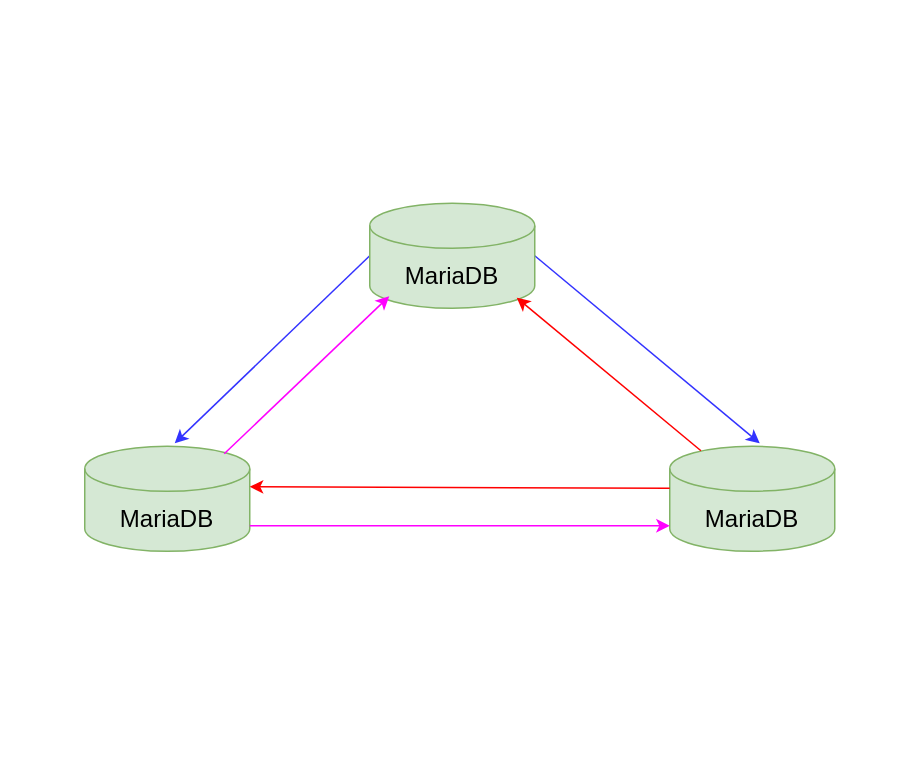
The draw.io diagram mariadb-mm.drawio in weichenjushi/images, before the edit. Source tidied: cells renumbered, new cells numbered last; positions are measured from the earlier drawing's top-left corner, leaving out a move shared by most shapes. Both pictures are drawn from the tidied source at 150%, with x=0, y=0 at pixel (84, 202).
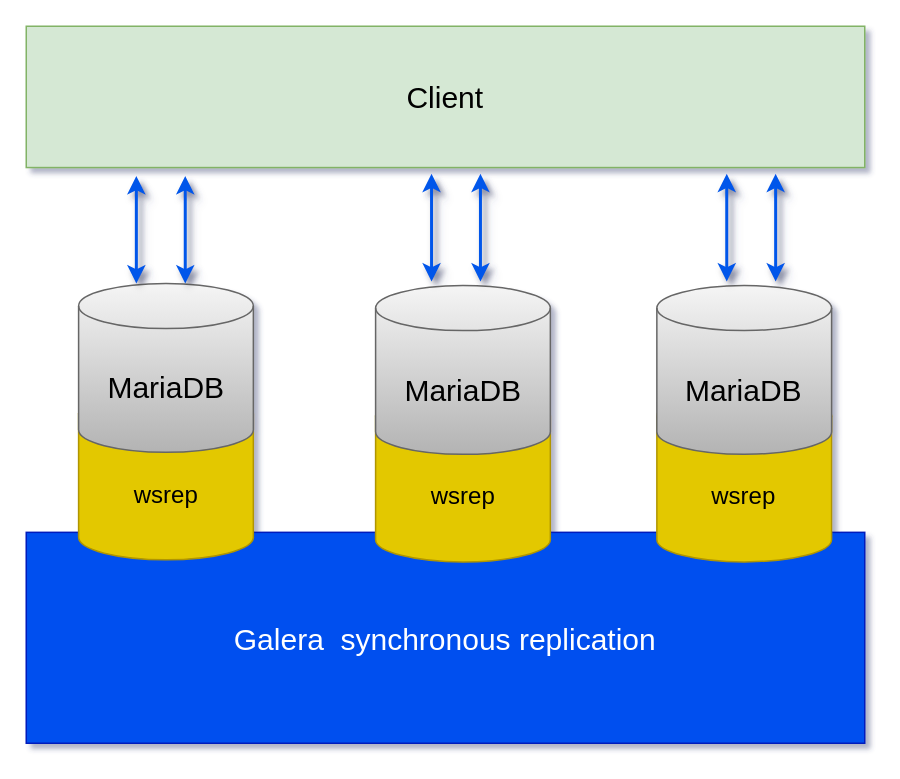
After the change.

Change to the diagram source:
```diff
@@
-<mxGraphModel>
+<mxGraphModel shadow="1">
@@
-    <mxCell id="2" style="group;" parent="1" vertex="1">
-      <mxGeometry width="500" height="232" as="geometry" />
-    </mxCell>
-    <mxCell id="3" value="&lt;font style=&quot;font-size: 16px;&quot;&gt;MariaDB&lt;/font&gt;" style="shape=cylinder3;whiteSpace=wrap;html=1;boundedLbl=1;backgroundOutline=1;size=15;fillColor=#d5e8d4;strokeColor=#82b366;" parent="2" vertex="1">
-      <mxGeometry x="390" y="162" width="110" height="70" as="geometry" />
-    </mxCell>
-    <mxCell id="4" style="endArrow=classic;html=1;rounded=0;exitX=0;exitY=0.5;exitDx=0;exitDy=0;exitPerimeter=0;strokeColor=#3333FF;" parent="2" edge="1">
-      <mxGeometry relative="1" as="geometry">
-        <mxPoint x="190" y="35" as="sourcePoint" />
-        <mxPoint x="60" y="160" as="targetPoint" />
-      </mxGeometry>
-    </mxCell>
-    <mxCell id="5" style="endArrow=classic;html=1;rounded=0;exitX=1;exitY=0.5;exitDx=0;exitDy=0;exitPerimeter=0;strokeColor=#3333FF;" parent="2" edge="1">
-      <mxGeometry relative="1" as="geometry">
-        <mxPoint x="300" y="35" as="sourcePoint" />
-        <mxPoint x="450" y="160" as="targetPoint" />
-      </mxGeometry>
-    </mxCell>
-    <mxCell id="6" value="&lt;font style=&quot;font-size: 16px;&quot;&gt;MariaDB&lt;/font&gt;" style="shape=cylinder3;whiteSpace=wrap;html=1;boundedLbl=1;backgroundOutline=1;size=15;fillColor=#d5e8d4;strokeColor=#82b366;" parent="2" vertex="1">
-      <mxGeometry y="162" width="110" height="70" as="geometry" />
-    </mxCell>
-    <mxCell id="7" value="&lt;font style=&quot;font-size: 16px;&quot;&gt;MariaDB&lt;/font&gt;" style="shape=cylinder3;whiteSpace=wrap;html=1;boundedLbl=1;backgroundOutline=1;size=15;fillColor=#d5e8d4;strokeColor=#82b366;" parent="2" vertex="1">
-      <mxGeometry x="190" width="110" height="70" as="geometry" />
-    </mxCell>
-    <mxCell id="8" style="endArrow=classic;html=1;rounded=0;exitX=1;exitY=1;exitDx=0;exitDy=-15;exitPerimeter=0;entryX=0;entryY=1;entryDx=0;entryDy=-15;entryPerimeter=0;strokeColor=#FF00FF;" parent="2" edge="1">
-      <mxGeometry relative="1" as="geometry">
-        <mxPoint x="110" y="215" as="sourcePoint" />
-        <mxPoint x="390" y="215" as="targetPoint" />
-      </mxGeometry>
-    </mxCell>
-    <mxCell id="9" style="endArrow=classic;html=1;rounded=0;entryX=1;entryY=0.5;entryDx=0;entryDy=0;entryPerimeter=0;exitX=0;exitY=0.5;exitDx=0;exitDy=0;exitPerimeter=0;strokeColor=#FF0000;" parent="2" edge="1">
-      <mxGeometry relative="1" as="geometry">
-        <mxPoint x="390" y="190" as="sourcePoint" />
-        <mxPoint x="110" y="189" as="targetPoint" />
-      </mxGeometry>
-    </mxCell>
-    <mxCell id="10" style="endArrow=classic;html=1;rounded=0;entryX=0;entryY=1;entryDx=0;entryDy=-15;entryPerimeter=0;strokeColor=#FF00FF;" parent="2" edge="1">
-      <mxGeometry relative="1" as="geometry">
-        <mxPoint x="93" y="167" as="sourcePoint" />
-        <mxPoint x="203" y="62" as="targetPoint" />
-      </mxGeometry>
-    </mxCell>
-    <mxCell id="11" style="endArrow=classic;html=1;rounded=0;strokeColor=#FF0000;" parent="2" edge="1">
-      <mxGeometry relative="1" as="geometry">
-        <mxPoint x="410.8" y="165" as="sourcePoint" />
-        <mxPoint x="288" y="63" as="targetPoint" />
-      </mxGeometry>
-    </mxCell>
+    <mxCell id="12" style="group;" parent="1" vertex="1">
+      <mxGeometry x="-39" y="-118" width="559" height="478" as="geometry" />
+    </mxCell>
+    <mxCell id="13" value="&lt;font style=&quot;font-size: 20px;&quot;&gt;Client&lt;/font&gt;" style="text;html=1;strokeColor=#82b366;fillColor=#d5e8d4;align=center;verticalAlign=middle;whiteSpace=wrap;rounded=0;fontSize=16;" parent="12" vertex="1">
+      <mxGeometry width="559" height="94.2" as="geometry" />
+    </mxCell>
+    <mxCell id="14" value="&lt;font style=&quot;font-size: 20px;&quot;&gt;Galera&amp;nbsp; synchronous replication&lt;/font&gt;" style="text;html=1;strokeColor=#001DBC;fillColor=#0050ef;align=center;verticalAlign=middle;whiteSpace=wrap;rounded=0;fontSize=16;fontColor=#ffffff;" parent="12" vertex="1">
+      <mxGeometry y="337.4" width="559" height="140.6" as="geometry" />
+    </mxCell>
+    <mxCell id="15" value="&lt;span style=&quot;font-size: 16px;&quot;&gt;wsrep&lt;/span&gt;" style="shape=cylinder3;whiteSpace=wrap;html=1;boundedLbl=1;backgroundOutline=1;size=15;fillColor=#e3c800;strokeColor=#B09500;fontColor=#000000;" parent="12" vertex="1">
+      <mxGeometry x="34.9" y="243.2" width="116.5" height="112.5" as="geometry" />
+    </mxCell>
+    <mxCell id="16" value="&lt;font style=&quot;font-size: 20px;&quot;&gt;MariaDB&lt;/font&gt;" style="shape=cylinder3;whiteSpace=wrap;html=1;boundedLbl=1;backgroundOutline=1;size=15;fillColor=#f5f5f5;strokeColor=#666666;gradientColor=#b3b3b3;" parent="12" vertex="1">
+      <mxGeometry x="34.9" y="171.5" width="116.5" height="112.5" as="geometry" />
+    </mxCell>
+    <mxCell id="17" value="&lt;span style=&quot;font-size: 16px;&quot;&gt;wsrep&lt;/span&gt;" style="shape=cylinder3;whiteSpace=wrap;html=1;boundedLbl=1;backgroundOutline=1;size=15;fillColor=#e3c800;strokeColor=#B09500;fontColor=#000000;" parent="12" vertex="1">
+      <mxGeometry x="232.9" y="244.6" width="116.5" height="112.5" as="geometry" />
+    </mxCell>
+    <mxCell id="18" value="&lt;font style=&quot;font-size: 20px;&quot;&gt;MariaDB&lt;/font&gt;" style="shape=cylinder3;whiteSpace=wrap;html=1;boundedLbl=1;backgroundOutline=1;size=15;fillColor=#f5f5f5;strokeColor=#666666;gradientColor=#b3b3b3;" parent="12" vertex="1">
+      <mxGeometry x="232.9" y="172.9" width="116.5" height="112.5" as="geometry" />
+    </mxCell>
+    <mxCell id="19" value="&lt;span style=&quot;font-size: 16px;&quot;&gt;wsrep&lt;/span&gt;" style="shape=cylinder3;whiteSpace=wrap;html=1;boundedLbl=1;backgroundOutline=1;size=15;fillColor=#e3c800;strokeColor=#B09500;fontColor=#000000;" parent="12" vertex="1">
+      <mxGeometry x="420.4" y="244.6" width="116.5" height="112.5" as="geometry" />
+    </mxCell>
+    <mxCell id="20" value="&lt;font style=&quot;font-size: 20px;&quot;&gt;MariaDB&lt;/font&gt;" style="shape=cylinder3;whiteSpace=wrap;html=1;boundedLbl=1;backgroundOutline=1;size=15;fillColor=#f5f5f5;strokeColor=#666666;gradientColor=#b3b3b3;" parent="12" vertex="1">
+      <mxGeometry x="420.4" y="172.9" width="116.5" height="112.5" as="geometry" />
+    </mxCell>
+    <mxCell id="21" style="endArrow=classic;startArrow=classic;html=1;rounded=0;fontSize=16;strokeColor=#0056EA;strokeWidth=2;fillColor=#0050ef;shadow=1;" parent="12" edge="1">
+      <mxGeometry relative="1" as="geometry">
+        <mxPoint x="73.4" y="171.5" as="sourcePoint" />
+        <mxPoint x="73.4" y="99.8" as="targetPoint" />
+      </mxGeometry>
+    </mxCell>
+    <mxCell id="22" style="endArrow=classic;startArrow=classic;html=1;rounded=0;fontSize=16;strokeColor=#0056EA;strokeWidth=2;fillColor=#0050ef;shadow=1;" parent="12" edge="1">
+      <mxGeometry relative="1" as="geometry">
+        <mxPoint x="106" y="171.5" as="sourcePoint" />
+        <mxPoint x="106" y="99.8" as="targetPoint" />
+      </mxGeometry>
+    </mxCell>
+    <mxCell id="23" style="endArrow=classic;startArrow=classic;html=1;rounded=0;fontSize=16;strokeColor=#0056EA;strokeWidth=2;fillColor=#0050ef;shadow=1;" parent="12" edge="1">
+      <mxGeometry relative="1" as="geometry">
+        <mxPoint x="270.2" y="170.1" as="sourcePoint" />
+        <mxPoint x="270.2" y="98.4" as="targetPoint" />
+      </mxGeometry>
+    </mxCell>
+    <mxCell id="24" style="endArrow=classic;startArrow=classic;html=1;rounded=0;fontSize=16;strokeColor=#0056EA;strokeWidth=2;fillColor=#0050ef;shadow=1;" parent="12" edge="1">
+      <mxGeometry relative="1" as="geometry">
+        <mxPoint x="302.8" y="170.1" as="sourcePoint" />
+        <mxPoint x="302.8" y="98.4" as="targetPoint" />
+      </mxGeometry>
+    </mxCell>
+    <mxCell id="25" style="endArrow=classic;startArrow=classic;html=1;rounded=0;fontSize=16;strokeColor=#0056EA;strokeWidth=2;fillColor=#0050ef;shadow=1;" parent="12" edge="1">
+      <mxGeometry relative="1" as="geometry">
+        <mxPoint x="467" y="170.1" as="sourcePoint" />
+        <mxPoint x="467" y="98.4" as="targetPoint" />
+      </mxGeometry>
+    </mxCell>
+    <mxCell id="26" style="endArrow=classic;startArrow=classic;html=1;rounded=0;fontSize=16;strokeColor=#0056EA;strokeWidth=2;fillColor=#0050ef;shadow=1;" parent="12" edge="1">
+      <mxGeometry relative="1" as="geometry">
+        <mxPoint x="499.6" y="170.1" as="sourcePoint" />
+        <mxPoint x="499.6" y="98.4" as="targetPoint" />
+      </mxGeometry>
+    </mxCell>
```
